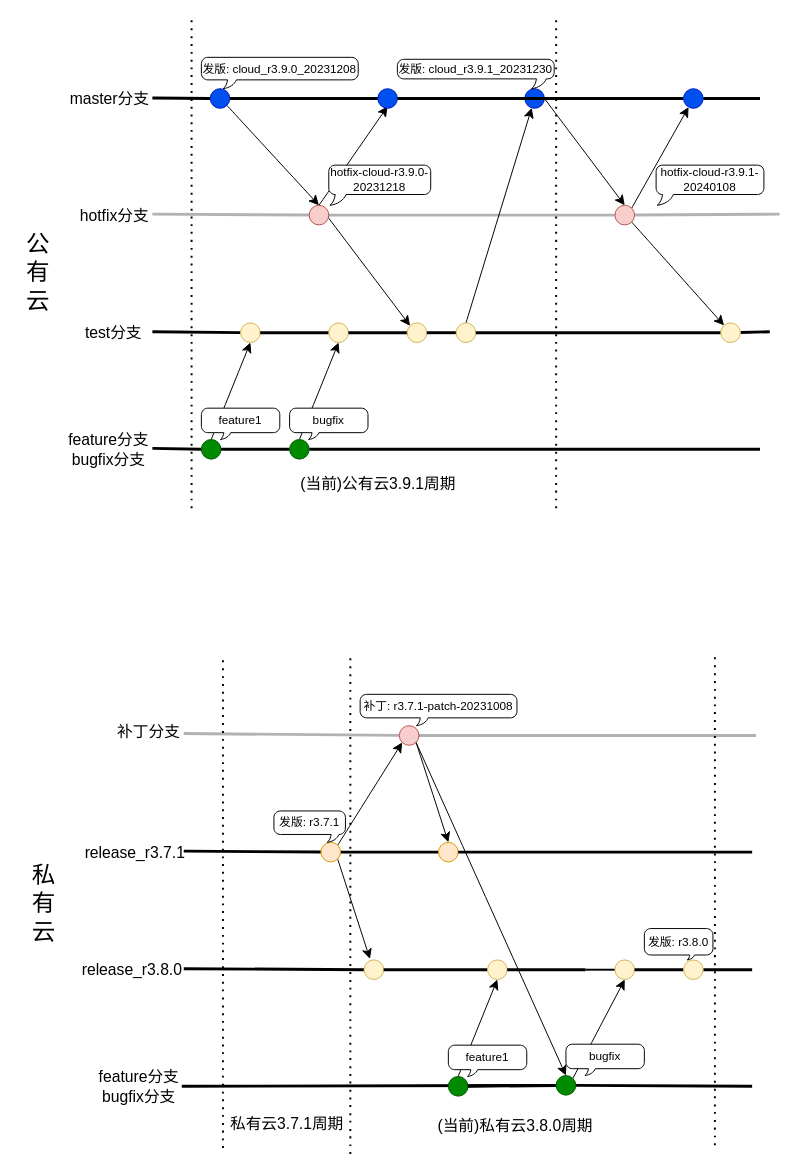
Earlier version of the draw.io diagram page "Page-1" (1 of 4) of 规范/公有云和智算中心分支流程.drawio (paochiang/draw). Source tidied: cells renumbered, new cells numbered last; positions are measured from the earlier drawing's top-left corner, leaving out a move shared by most shapes. Both pictures are drawn from the tidied source at 98%, with x=0, y=0 at pixel (17, 18).
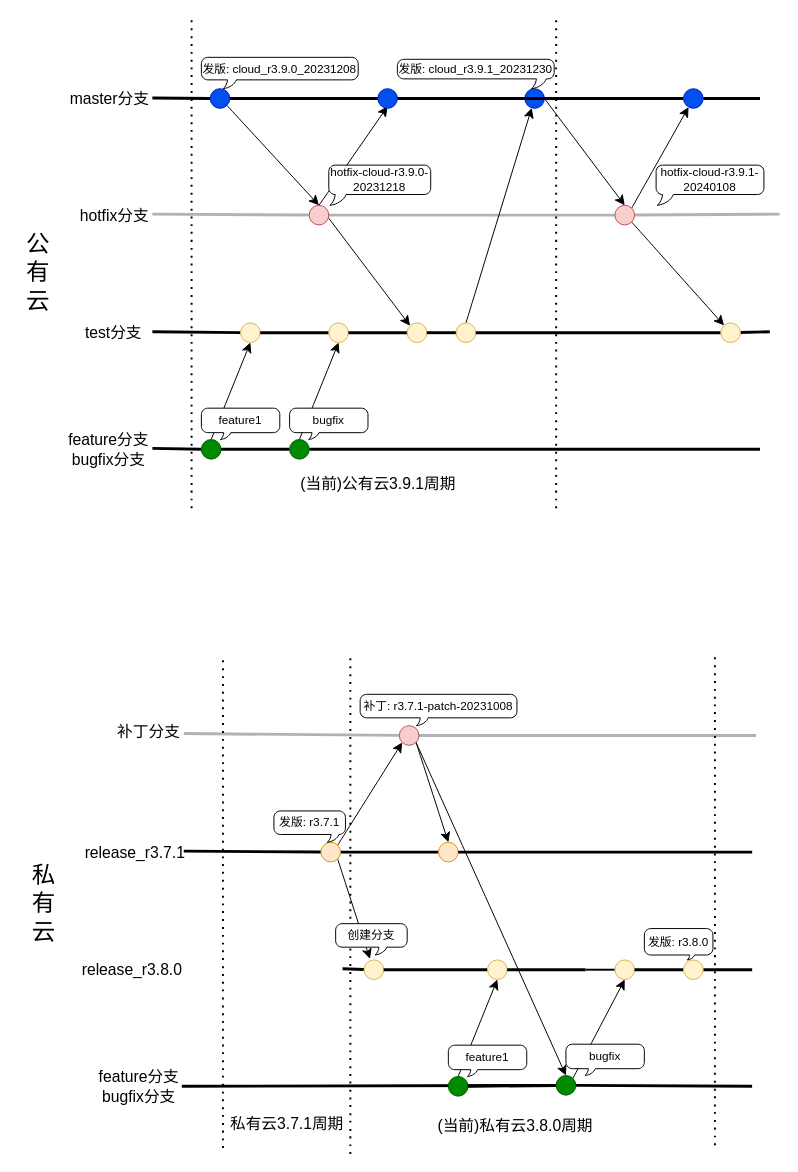
The same page after the edit.

Unchanged cells that the change refers to:
```xml
<mxCell id="68" style="ellipse;whiteSpace=wrap;html=1;fillColor=#fff2cc;strokeColor=#d6b656;" parent="1" vertex="1">
  <mxGeometry x="354" y="961" width="20" height="20" as="geometry" />
</mxCell>
```

The edit, as a diff of the source:
```diff
@@
     <mxCell id="67" style="endArrow=none;html=1;rounded=0;fontSize=12;startSize=8;endSize=8;curved=1;strokeWidth=3;" parent="1" edge="1" target="68">
       <mxGeometry relative="1" as="geometry">
-        <mxPoint x="170" y="970" as="sourcePoint" />
+        <mxPoint x="332" y="970" as="sourcePoint" />
       </mxGeometry>
     </mxCell>
@@
+    <mxCell id="101" value="创建分支" style="whiteSpace=wrap;html=1;shape=mxgraph.basic.roundRectCallout;dx=48.2;dy=8;size=6.6;boundedLbl=1;" parent="1" vertex="1">
+      <mxGeometry x="325" y="924" width="73" height="32" as="geometry" />
+    </mxCell>
```
